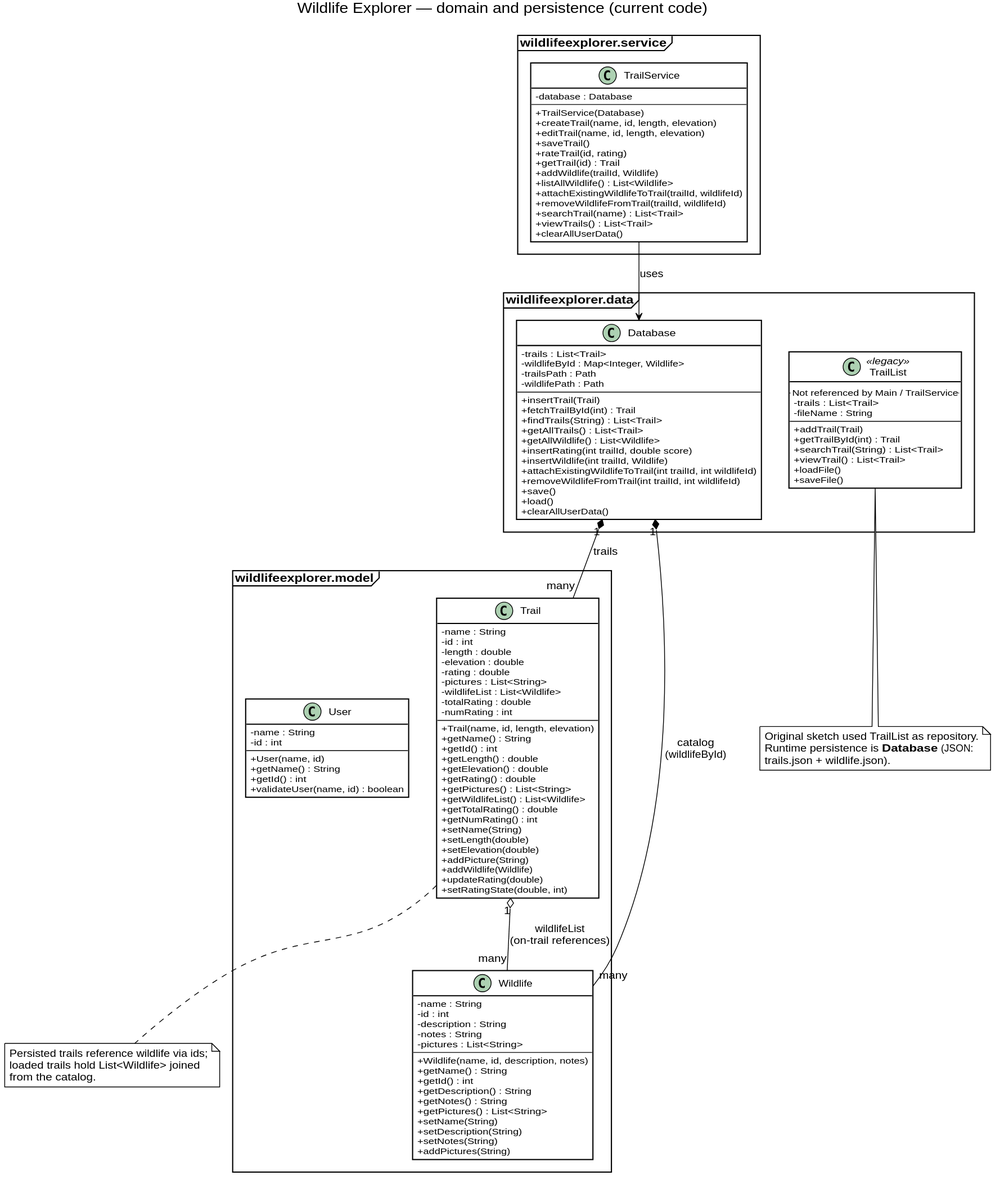
This is uml-diagrams/svg/class-diagram.svg from milelime/Wildlife-Explorer, a PlantUML export, as it was before one commit. Source of this version:
```plantuml
@startuml

skinparam BackgroundColor white
skinparam shadowing false
skinparam defaultFontName SansSerif
skinparam ArrowColor black
skinparam ArrowThickness 1

skinparam classAttributeIconSize 0
skinparam class {
  BackgroundColor white
  BorderColor black
  FontColor black
}
skinparam package {
  BackgroundColor white
  BorderColor black
  FontColor black
}
skinparam stereotype {
  BackgroundColor white
  FontColor black
}

skinparam sequenceMessageAlign center
skinparam LifeLineBorderColor black
skinparam LifeLineBackgroundColor white
skinparam sequence {
  ArrowColor black
  LifeLineBorderColor black
}
skinparam participant {
  BackgroundColor white
  BorderColor black
  FontColor black
}
skinparam actor {
  BackgroundColor white
  BorderColor black
  FontColor black
}
skinparam boundary {
  BackgroundColor white
  BorderColor black
  FontColor black
}
skinparam control {
  BackgroundColor white
  BorderColor black
  FontColor black
}
skinparam database {
  BackgroundColor white
  BorderColor black
  FontColor black
}
skinparam entity {
  BackgroundColor white
  BorderColor black
  FontColor black
}
skinparam collections {
  BackgroundColor white
  BorderColor black
  FontColor black
}
skinparam note {
  BackgroundColor white
  BorderColor black
  FontColor black
}

title Wildlife Explorer — domain and persistence (current code)

package "wildlifeexplorer.model" <<Frame>> {
  class Wildlife {
    - name : String
    - id : int
    - description : String
    - notes : String
    - pictures : List<String>
    --
    + Wildlife(name, id, description, notes)
    + getName() : String
    + getId() : int
    + getDescription() : String
    + getNotes() : String
    + getPictures() : List<String>
    + setName(String)
    + setDescription(String)
    + setNotes(String)
    + addPictures(String)
  }

  class Trail {
    - name : String
    - id : int
    - length : double
    - elevation : double
    - rating : double
    - pictures : List<String>
    - wildlifeList : List<Wildlife>
    - totalRating : double
    - numRating : int
    --
    + Trail(name, id, length, elevation)
    + getName() : String
    + getId() : int
    + getLength() : double
    + getElevation() : double
    + getRating() : double
    + getPictures() : List<String>
    + getWildlifeList() : List<Wildlife>
    + getTotalRating() : double
    + getNumRating() : int
    + setName(String)
    + setLength(double)
    + setElevation(double)
    + addPicture(String)
    + addWildlife(Wildlife)
    + updateRating(double)
    + setRatingState(double, int)
  }

  class User {
    - name : String
    - id : int
    --
    + User(name, id)
    + getName() : String
    + getId() : int
    + validateUser(name, id) : boolean
  }
}

package "wildlifeexplorer.data" <<Frame>> {
  class Database {
    - trails : List<Trail>
    - wildlifeById : Map<Integer, Wildlife>
    - trailsPath : Path
    - wildlifePath : Path
    --
    + insertTrail(Trail)
    + fetchTrailById(int) : Trail
    + findTrails(String) : List<Trail>
    + getAllTrails() : List<Trail>
    + deleteTrailById(int trailId) : boolean
    + getAllWildlife() : List<Wildlife>
    + insertRating(int trailId, double score)
    + insertWildlife(int trailId, Wildlife)
    + attachExistingWildlifeToTrail(int trailId, int wildlifeId)
    + removeWildlifeFromTrail(int trailId, int wildlifeId)
    + save()
    + load()
    + clearAllUserData()
  }

  class TrailList <<legacy>> {
    .. Not referenced by Main / TrailService ..
    - trails : List<Trail>
    - fileName : String
    --
    + addTrail(Trail)
    + getTrailById(int) : Trail
    + searchTrail(String) : List<Trail>
    + viewTrail() : List<Trail>
    + loadFile()
    + saveFile()
  }
}

package "wildlifeexplorer.service" <<Frame>> {
  class TrailService {
    - database : Database
    --
    + TrailService(Database)
    + createTrail(name, id, length, elevation)
    + editTrail(name, id, length, elevation)
    + saveTrail()
    + rateTrail(id, rating)
    + getTrail(id) : Trail
    + deleteTrail(id) : boolean
    + addWildlife(trailId, Wildlife)
    + listAllWildlife() : List<Wildlife>
    + attachExistingWildlifeToTrail(trailId, wildlifeId)
    + removeWildlifeFromTrail(trailId, wildlifeId)
    + searchTrail(name) : List<Trail>
    + viewTrails() : List<Trail>
    + clearAllUserData()
  }
}

Trail "1" o-- "many" Wildlife : wildlifeList\n(on-trail references)

TrailService --> Database : uses
Database "1" *-- "many" Trail : trails
Database "1" *-- "many" Wildlife : catalog\n(wildlifeById)

note bottom of Trail
  Persisted trails reference wildlife via ids;
  loaded trails hold List<Wildlife> joined
  from the catalog.
end note

note bottom of TrailList
  Original sketch used TrailList as repository.
  Runtime persistence is **Database** (JSON:
  trails.json + wildlife.json).
end note

@enduml
```
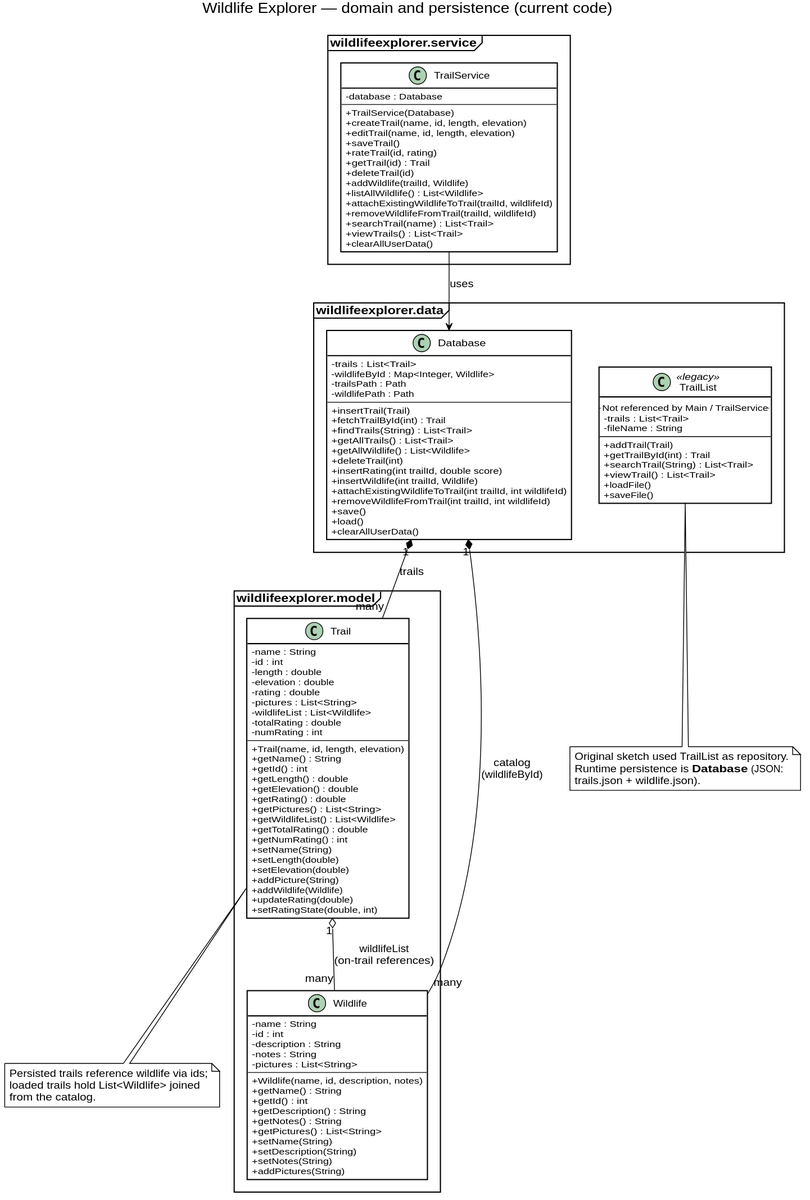
After the change.

Diff of the diagram source:
```diff
@@ -121,16 +121,6 @@
     + updateRating(double)
     + setRatingState(double, int)
   }
-
-  class User {
-    - name : String
-    - id : int
-    --
-    + User(name, id)
-    + getName() : String
-    + getId() : int
-    + validateUser(name, id) : boolean
-  }
 }
 
 package "wildlifeexplorer.data" <<Frame>> {
@@ -144,8 +134,8 @@
     + fetchTrailById(int) : Trail
     + findTrails(String) : List<Trail>
     + getAllTrails() : List<Trail>
-    + deleteTrailById(int trailId) : boolean
     + getAllWildlife() : List<Wildlife>
+    + deleteTrail(int)
     + insertRating(int trailId, double score)
     + insertWildlife(int trailId, Wildlife)
     + attachExistingWildlifeToTrail(int trailId, int wildlifeId)
@@ -179,7 +169,7 @@
     + saveTrail()
     + rateTrail(id, rating)
     + getTrail(id) : Trail
-    + deleteTrail(id) : boolean
+    + deleteTrail(id)
     + addWildlife(trailId, Wildlife)
     + listAllWildlife() : List<Wildlife>
     + attachExistingWildlifeToTrail(trailId, wildlifeId)
```
